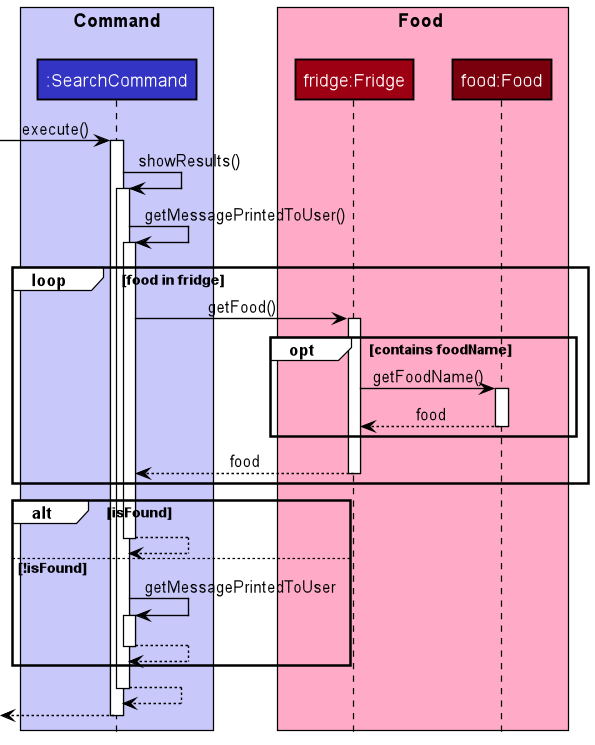
nus-cs2113-AY2021S2/tp keeps this PlantUML diagram as docs/diagrams/diagram_images/SearchSequenceDiagram.png. Above is the earlier version.
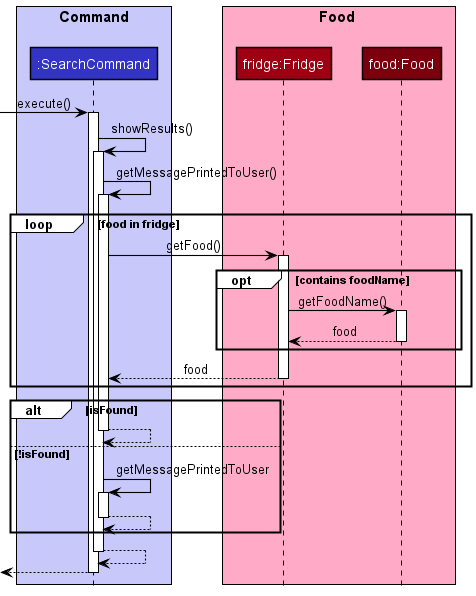
After the change.

What changed in the source:
```diff
@@ -1,4 +1,4 @@
-@startuml
+@startuml SearchSequenceDiagram
 !include style.puml
 
 box "Command\n" COMMAND_COLOR_T1
```
